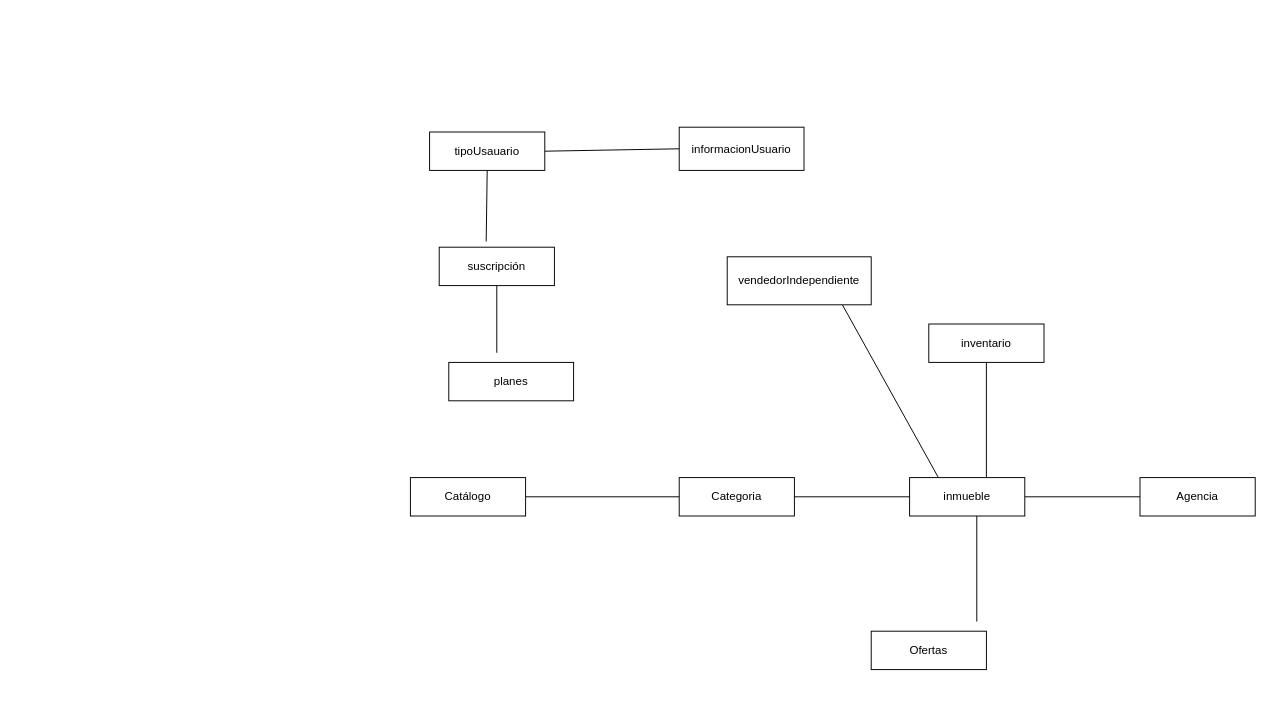
Before: page "ModeloDominioAnemico" (2 of 2) of CatalogoPropiedades_Diseño.drawio in M4rced/ExtraClassDOO, a draw.io diagram. Source tidied: cells renumbered, new cells numbered last; positions are measured from the earlier drawing's top-left corner, leaving out a move shared by most shapes. Both pictures are drawn from the tidied source at 96%, with x=0, y=0 at pixel (410, 127).
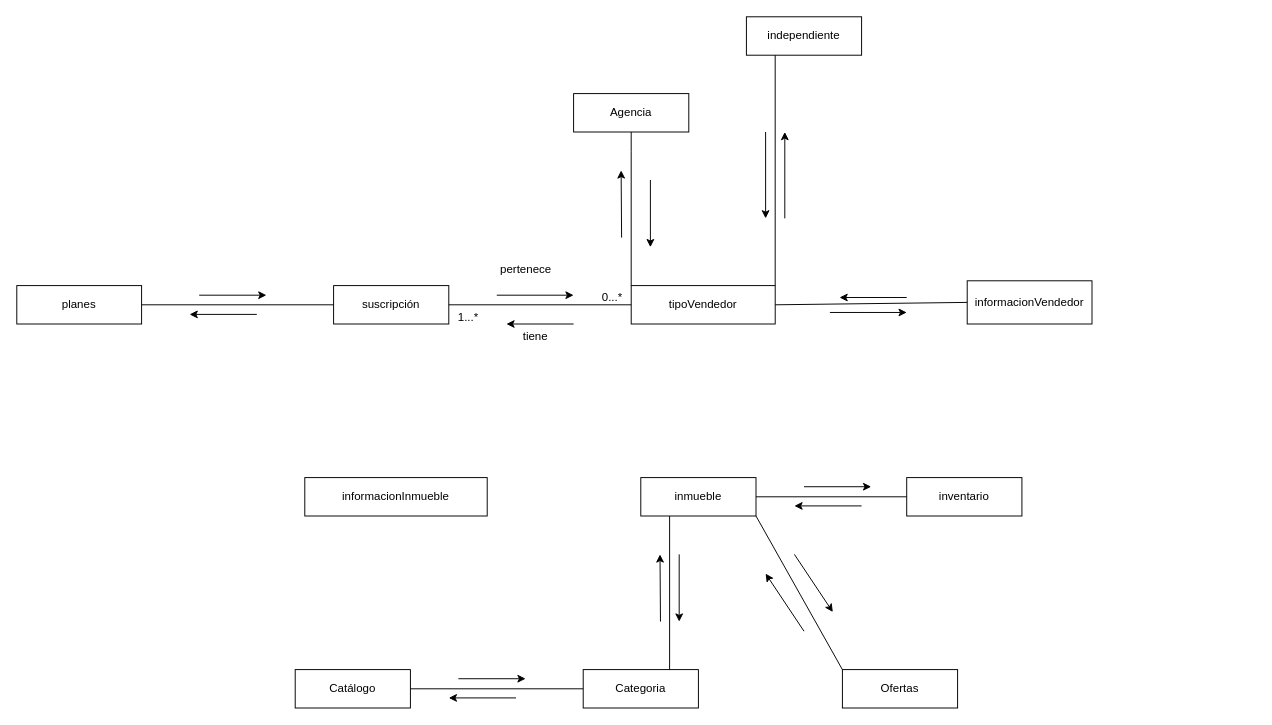
After the change.

What changed in the source:
```diff
@@
     <mxCell id="2" value="Catálogo" style="rounded=0;whiteSpace=wrap;html=1;" parent="1" vertex="1">
-      <mxGeometry y="365" width="120" height="40" as="geometry" />
+      <mxGeometry x="-120" y="565" width="120" height="40" as="geometry" />
     </mxCell>
     <mxCell id="3" value="Categoria" style="rounded=0;whiteSpace=wrap;html=1;" parent="1" vertex="1">
-      <mxGeometry x="280" y="365" width="120" height="40" as="geometry" />
+      <mxGeometry x="180" y="565" width="120" height="40" as="geometry" />
     </mxCell>
-    <mxCell id="4" value="tipoUsauario" style="rounded=0;whiteSpace=wrap;html=1;" parent="1" vertex="1">
-      <mxGeometry x="20" y="5" width="120" height="40" as="geometry" />
+    <mxCell id="4" value="tipoVendedor" style="rounded=0;whiteSpace=wrap;html=1;" parent="1" vertex="1">
+      <mxGeometry x="230" y="165" width="150" height="40" as="geometry" />
     </mxCell>
     <mxCell id="5" value="Ofertas" style="rounded=0;whiteSpace=wrap;html=1;" parent="1" vertex="1">
-      <mxGeometry x="480" y="525" width="120" height="40" as="geometry" />
+      <mxGeometry x="450" y="565" width="120" height="40" as="geometry" />
     </mxCell>
-    <mxCell id="6" value="vendedorIndependiente" style="rounded=0;whiteSpace=wrap;html=1;" parent="1" vertex="1">
-      <mxGeometry x="330" y="135" width="150" height="50" as="geometry" />
-    </mxCell>
-    <mxCell id="7" value="Agencia" style="rounded=0;whiteSpace=wrap;html=1;" parent="1" vertex="1">
-      <mxGeometry x="760" y="365" width="120" height="40" as="geometry" />
-    </mxCell>
     <mxCell id="8" value="inventario" style="rounded=0;whiteSpace=wrap;html=1;" parent="1" vertex="1">
-      <mxGeometry x="540" y="205" width="120" height="40" as="geometry" />
+      <mxGeometry x="517" y="365" width="120" height="40" as="geometry" />
     </mxCell>
     <mxCell id="9" value="suscripción" style="rounded=0;whiteSpace=wrap;html=1;" parent="1" vertex="1">
-      <mxGeometry x="30" y="125" width="120" height="40" as="geometry" />
+      <mxGeometry x="-80" y="165" width="120" height="40" as="geometry" />
     </mxCell>
     <mxCell id="10" value="planes" style="rounded=0;whiteSpace=wrap;html=1;" parent="1" vertex="1">
-      <mxGeometry x="40" y="245" width="130" height="40" as="geometry" />
+      <mxGeometry x="-410" y="165" width="130" height="40" as="geometry" />
     </mxCell>
-    <mxCell id="11" value="informacionUsuario" style="rounded=0;whiteSpace=wrap;html=1;" parent="1" vertex="1">
-      <mxGeometry x="280" width="130" height="45" as="geometry" />
+    <mxCell id="11" value="informacionVendedor" style="rounded=0;whiteSpace=wrap;html=1;" parent="1" vertex="1">
+      <mxGeometry x="580" y="160" width="130" height="45" as="geometry" />
     </mxCell>
     <mxCell id="12" value="inmueble" style="rounded=0;whiteSpace=wrap;html=1;" parent="1" vertex="1">
-      <mxGeometry x="520" y="365" width="120" height="40" as="geometry" />
+      <mxGeometry x="240" y="365" width="120" height="40" as="geometry" />
     </mxCell>
-    <mxCell id="13" style="endArrow=none;html=1;rounded=0;entryX=0;entryY=0.5;entryDx=0;entryDy=0;exitX=1;exitY=0.5;exitDx=0;exitDy=0;" parent="1" edge="1" source="2" target="3">
-      <mxGeometry relative="1" as="geometry" />
-    </mxCell>
-    <mxCell id="14" style="endArrow=none;html=1;rounded=0;entryX=0;entryY=0.5;entryDx=0;entryDy=0;" parent="1" edge="1" target="12">
-      <mxGeometry relative="1" as="geometry">
-        <mxPoint x="400" y="385" as="sourcePoint" />
-      </mxGeometry>
-    </mxCell>
-    <mxCell id="15" style="endArrow=none;html=1;rounded=0;" parent="1" edge="1">
-      <mxGeometry relative="1" as="geometry">
-        <mxPoint x="590" y="515" as="sourcePoint" />
-        <mxPoint x="590" y="405" as="targetPoint" />
-      </mxGeometry>
-    </mxCell>
-    <mxCell id="16" style="endArrow=none;html=1;rounded=0;exitX=0.408;exitY=-0.15;exitDx=0;exitDy=0;exitPerimeter=0;" parent="1" edge="1" source="9">
-      <mxGeometry relative="1" as="geometry">
-        <mxPoint x="80" y="45" as="targetPoint" />
-      </mxGeometry>
-    </mxCell>
-    <mxCell id="17" style="endArrow=none;html=1;rounded=0;" parent="1" edge="1">
-      <mxGeometry relative="1" as="geometry">
-        <mxPoint x="90" y="235" as="sourcePoint" />
-        <mxPoint x="90" y="165" as="targetPoint" />
-      </mxGeometry>
+    <mxCell id="17" style="endArrow=none;html=1;rounded=0;entryX=0.25;entryY=1;entryDx=0;entryDy=0;exitX=0.75;exitY=0;exitDx=0;exitDy=0;" parent="1" edge="1" source="3" target="12">
+      <mxGeometry relative="1" as="geometry" />
     </mxCell>
-    <mxCell id="18" style="endArrow=none;html=1;rounded=0;entryX=0;entryY=0.5;entryDx=0;entryDy=0;" parent="1" edge="1" target="11">
-      <mxGeometry relative="1" as="geometry">
-        <mxPoint x="140" y="25" as="sourcePoint" />
-      </mxGeometry>
-    </mxCell>
-    <mxCell id="19" style="endArrow=none;html=1;rounded=0;exitX=0.25;exitY=0;exitDx=0;exitDy=0;" parent="1" edge="1" source="12">
-      <mxGeometry relative="1" as="geometry">
-        <mxPoint x="450" y="185" as="targetPoint" />
-      </mxGeometry>
-    </mxCell>
-    <mxCell id="20" style="endArrow=none;html=1;rounded=0;" parent="1" edge="1">
-      <mxGeometry relative="1" as="geometry">
-        <mxPoint x="600" y="365" as="sourcePoint" />
-        <mxPoint x="600" y="245" as="targetPoint" />
-      </mxGeometry>
-    </mxCell>
-    <mxCell id="21" style="endArrow=none;html=1;rounded=0;entryX=0;entryY=0.5;entryDx=0;entryDy=0;" parent="1" edge="1" target="7">
-      <mxGeometry relative="1" as="geometry">
-        <mxPoint x="640" y="385" as="sourcePoint" />
-      </mxGeometry>
-    </mxCell>
+    <mxCell id="7" value="Agencia" style="rounded=0;whiteSpace=wrap;html=1;" parent="1" vertex="1">
+      <mxGeometry x="170" y="-35" width="120" height="40" as="geometry" />
+    </mxCell>
+    <mxCell id="22" value="independiente" style="rounded=0;whiteSpace=wrap;html=1;" parent="1" vertex="1">
+      <mxGeometry x="350" y="-115" width="120" height="40" as="geometry" />
+    </mxCell>
+    <mxCell id="23" style="endArrow=none;html=1;rounded=0;exitX=0;exitY=0;exitDx=0;exitDy=0;entryX=0.5;entryY=1;entryDx=0;entryDy=0;" parent="1" edge="1" source="4" target="7">
+      <mxGeometry relative="1" as="geometry">
+        <Array as="points">
+          <mxPoint x="230" y="25" />
+        </Array>
+      </mxGeometry>
+    </mxCell>
+    <mxCell id="24" style="endArrow=none;html=1;rounded=0;exitX=1;exitY=0;exitDx=0;exitDy=0;entryX=0.25;entryY=1;entryDx=0;entryDy=0;" parent="1" edge="1" source="4" target="22">
+      <mxGeometry relative="1" as="geometry" />
+    </mxCell>
+    <mxCell id="25" style="endArrow=none;html=1;rounded=0;entryX=0;entryY=0.5;entryDx=0;entryDy=0;exitX=1;exitY=0.5;exitDx=0;exitDy=0;" parent="1" edge="1" source="9" target="4">
+      <mxGeometry relative="1" as="geometry" />
+    </mxCell>
+    <mxCell id="26" style="endArrow=none;html=1;rounded=0;entryX=0;entryY=0.5;entryDx=0;entryDy=0;exitX=1;exitY=0.5;exitDx=0;exitDy=0;" parent="1" edge="1" source="10" target="9">
+      <mxGeometry relative="1" as="geometry" />
+    </mxCell>
+    <mxCell id="27" style="endArrow=classic;html=1;rounded=0;" parent="1" edge="1">
+      <mxGeometry relative="1" as="geometry">
+        <mxPoint x="220" y="115" as="sourcePoint" />
+        <mxPoint x="219.5" y="45" as="targetPoint" />
+      </mxGeometry>
+    </mxCell>
+    <mxCell id="28" style="endArrow=classic;html=1;rounded=0;" parent="1" edge="1">
+      <mxGeometry relative="1" as="geometry">
+        <mxPoint x="280" y="445" as="sourcePoint" />
+        <mxPoint x="280" y="515" as="targetPoint" />
+      </mxGeometry>
+    </mxCell>
+    <mxCell id="29" style="endArrow=classic;html=1;rounded=0;" parent="1" edge="1">
+      <mxGeometry relative="1" as="geometry">
+        <mxPoint x="390" y="95" as="sourcePoint" />
+        <mxPoint x="390" y="5" as="targetPoint" />
+      </mxGeometry>
+    </mxCell>
+    <mxCell id="30" style="endArrow=classic;html=1;rounded=0;" parent="1" edge="1">
+      <mxGeometry relative="1" as="geometry">
+        <mxPoint x="370" y="5" as="sourcePoint" />
+        <mxPoint x="370" y="95" as="targetPoint" />
+      </mxGeometry>
+    </mxCell>
+    <mxCell id="31" style="endArrow=classic;html=1;rounded=0;" parent="1" edge="1">
+      <mxGeometry relative="1" as="geometry">
+        <mxPoint x="90" y="175" as="sourcePoint" />
+        <mxPoint x="170" y="175" as="targetPoint" />
+      </mxGeometry>
+    </mxCell>
+    <mxCell id="32" style="endArrow=classic;html=1;rounded=0;" parent="1" edge="1">
+      <mxGeometry relative="1" as="geometry">
+        <mxPoint x="517" y="177.4" as="sourcePoint" />
+        <mxPoint x="447" y="177.4" as="targetPoint" />
+        <Array as="points">
+          <mxPoint x="517" y="177.4" />
+        </Array>
+      </mxGeometry>
+    </mxCell>
+    <mxCell id="33" style="endArrow=classic;html=1;rounded=0;" parent="1" edge="1">
+      <mxGeometry relative="1" as="geometry">
+        <mxPoint x="-220" y="175" as="sourcePoint" />
+        <mxPoint x="-150" y="175" as="targetPoint" />
+      </mxGeometry>
+    </mxCell>
+    <mxCell id="34" style="endArrow=classic;html=1;rounded=0;" parent="1" edge="1">
+      <mxGeometry relative="1" as="geometry">
+        <mxPoint x="-160" y="195" as="sourcePoint" />
+        <mxPoint x="-230" y="195" as="targetPoint" />
+      </mxGeometry>
+    </mxCell>
+    <mxCell id="35" style="endArrow=none;html=1;rounded=0;entryX=0;entryY=0.5;entryDx=0;entryDy=0;" parent="1" edge="1" target="8">
+      <mxGeometry relative="1" as="geometry">
+        <mxPoint x="360" y="385" as="sourcePoint" />
+      </mxGeometry>
+    </mxCell>
+    <mxCell id="36" style="endArrow=none;html=1;rounded=0;entryX=0;entryY=0.5;entryDx=0;entryDy=0;" parent="1" edge="1" target="3">
+      <mxGeometry relative="1" as="geometry">
+        <mxPoint y="585" as="sourcePoint" />
+      </mxGeometry>
+    </mxCell>
+    <mxCell id="37" style="endArrow=classic;html=1;rounded=0;" parent="1" edge="1">
+      <mxGeometry relative="1" as="geometry">
+        <mxPoint x="50" y="574.5" as="sourcePoint" />
+        <mxPoint x="120" y="574.5" as="targetPoint" />
+      </mxGeometry>
+    </mxCell>
+    <mxCell id="38" style="endArrow=classic;html=1;rounded=0;" parent="1" edge="1">
+      <mxGeometry relative="1" as="geometry">
+        <mxPoint x="110" y="594.5" as="sourcePoint" />
+        <mxPoint x="40" y="594.5" as="targetPoint" />
+      </mxGeometry>
+    </mxCell>
+    <mxCell id="39" style="endArrow=classic;html=1;rounded=0;" parent="1" edge="1">
+      <mxGeometry relative="1" as="geometry">
+        <mxPoint x="260.5" y="515" as="sourcePoint" />
+        <mxPoint x="260" y="445" as="targetPoint" />
+      </mxGeometry>
+    </mxCell>
+    <mxCell id="40" style="endArrow=classic;html=1;rounded=0;" parent="1" edge="1">
+      <mxGeometry relative="1" as="geometry">
+        <mxPoint x="250" y="55" as="sourcePoint" />
+        <mxPoint x="250" y="125" as="targetPoint" />
+      </mxGeometry>
+    </mxCell>
+    <mxCell id="41" style="endArrow=classic;html=1;rounded=0;" parent="1" edge="1">
+      <mxGeometry relative="1" as="geometry">
+        <mxPoint x="410" y="374.5" as="sourcePoint" />
+        <mxPoint x="480" y="374.5" as="targetPoint" />
+      </mxGeometry>
+    </mxCell>
+    <mxCell id="42" style="endArrow=classic;html=1;rounded=0;" parent="1" edge="1">
+      <mxGeometry relative="1" as="geometry">
+        <mxPoint x="470" y="394.5" as="sourcePoint" />
+        <mxPoint x="400" y="394.5" as="targetPoint" />
+      </mxGeometry>
+    </mxCell>
+    <mxCell id="43" style="endArrow=none;html=1;rounded=0;exitX=0;exitY=0;exitDx=0;exitDy=0;entryX=1;entryY=1;entryDx=0;entryDy=0;" parent="1" edge="1" source="5" target="12">
+      <mxGeometry relative="1" as="geometry" />
+    </mxCell>
+    <mxCell id="44" style="endArrow=classic;html=1;rounded=0;" parent="1" edge="1">
+      <mxGeometry relative="1" as="geometry">
+        <mxPoint x="410" y="525" as="sourcePoint" />
+        <mxPoint x="370" y="465" as="targetPoint" />
+      </mxGeometry>
+    </mxCell>
+    <mxCell id="45" style="endArrow=classic;html=1;rounded=0;" parent="1" edge="1">
+      <mxGeometry relative="1" as="geometry">
+        <mxPoint x="400" y="445" as="sourcePoint" />
+        <mxPoint x="440" y="505" as="targetPoint" />
+      </mxGeometry>
+    </mxCell>
+    <mxCell id="46" style="endArrow=none;html=1;rounded=0;entryX=0;entryY=0.5;entryDx=0;entryDy=0;exitX=1;exitY=0.5;exitDx=0;exitDy=0;" parent="1" edge="1" source="4" target="11">
+      <mxGeometry relative="1" as="geometry" />
+    </mxCell>
+    <mxCell id="47" style="endArrow=classic;html=1;rounded=0;" parent="1" edge="1">
+      <mxGeometry relative="1" as="geometry">
+        <mxPoint x="437" y="193" as="sourcePoint" />
+        <mxPoint x="517" y="193" as="targetPoint" />
+      </mxGeometry>
+    </mxCell>
+    <mxCell id="48" style="endArrow=classic;html=1;rounded=0;" parent="1" edge="1">
+      <mxGeometry relative="1" as="geometry">
+        <mxPoint x="170" y="205" as="sourcePoint" />
+        <mxPoint x="100" y="205" as="targetPoint" />
+        <Array as="points">
+          <mxPoint x="170" y="205" />
+        </Array>
+      </mxGeometry>
+    </mxCell>
+    <mxCell id="49" value="informacionInmueble" style="rounded=0;whiteSpace=wrap;html=1;" parent="1" vertex="1">
+      <mxGeometry x="-110" y="365" width="190" height="40" as="geometry" />
+    </mxCell>
+    <mxCell id="50" value="1...*" style="text;html=1;align=center;verticalAlign=middle;strokeColor=none;fillColor=none;" parent="1" vertex="1">
+      <mxGeometry x="40" y="183" width="40" height="30" as="geometry" />
+    </mxCell>
+    <mxCell id="51" value="tiene" style="text;html=1;align=center;verticalAlign=middle;strokeColor=none;fillColor=none;" parent="1" vertex="1">
+      <mxGeometry x="105" y="203" width="50" height="30" as="geometry" />
+    </mxCell>
+    <mxCell id="52" value="pertenece" style="text;html=1;align=center;verticalAlign=middle;strokeColor=none;fillColor=none;" parent="1" vertex="1">
+      <mxGeometry x="80" y="133" width="80" height="30" as="geometry" />
+    </mxCell>
+    <mxCell id="53" value="0...*" style="text;html=1;align=center;verticalAlign=middle;strokeColor=none;fillColor=none;" parent="1" vertex="1">
+      <mxGeometry x="190" y="163" width="40" height="30" as="geometry" />
+    </mxCell>
```
